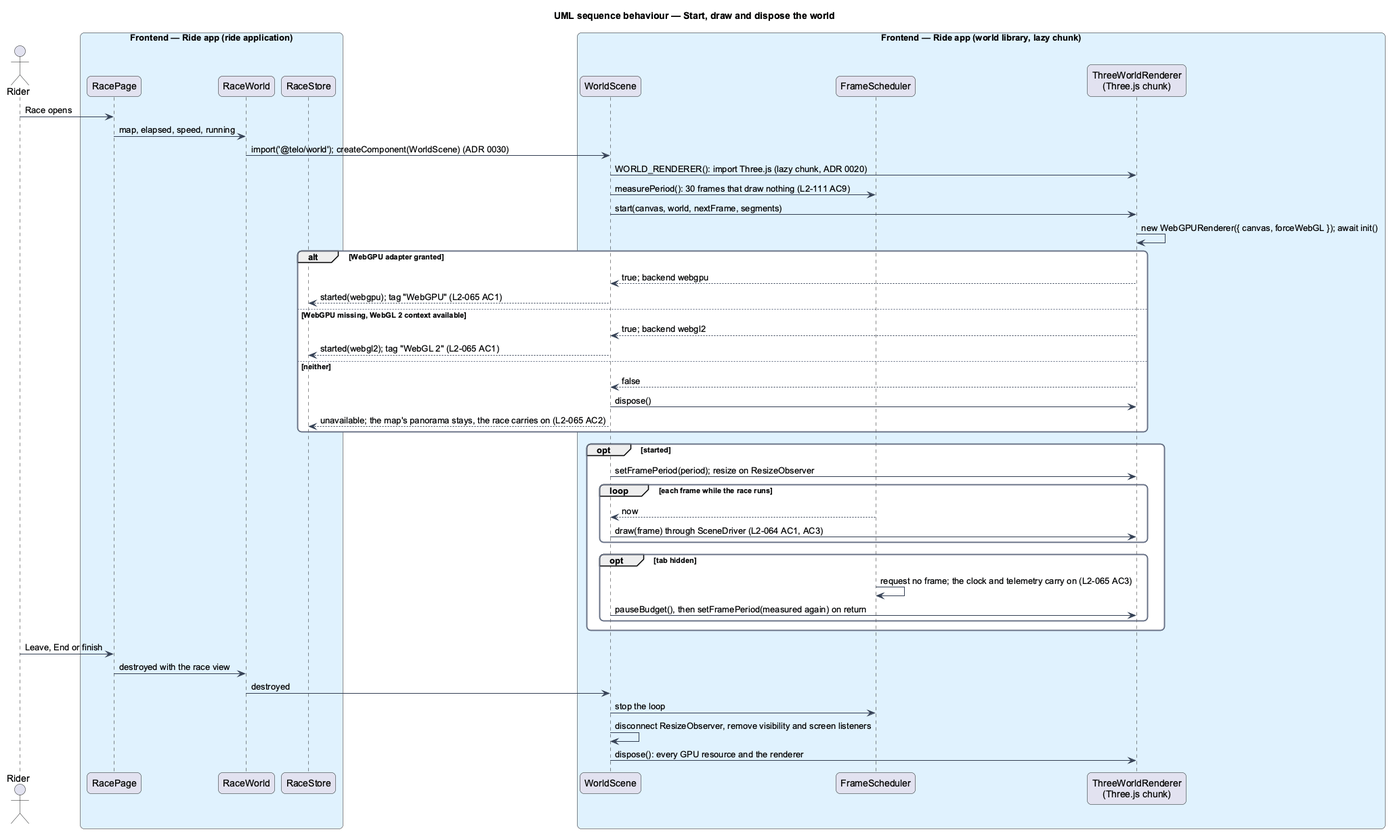
This is docs/detailed-designs/race/render-the-race-world/diagrams/sequence-start-draw-and-dispose.png from QuinntyneBrown/ride-one, a PlantUML export, as it was before one commit.
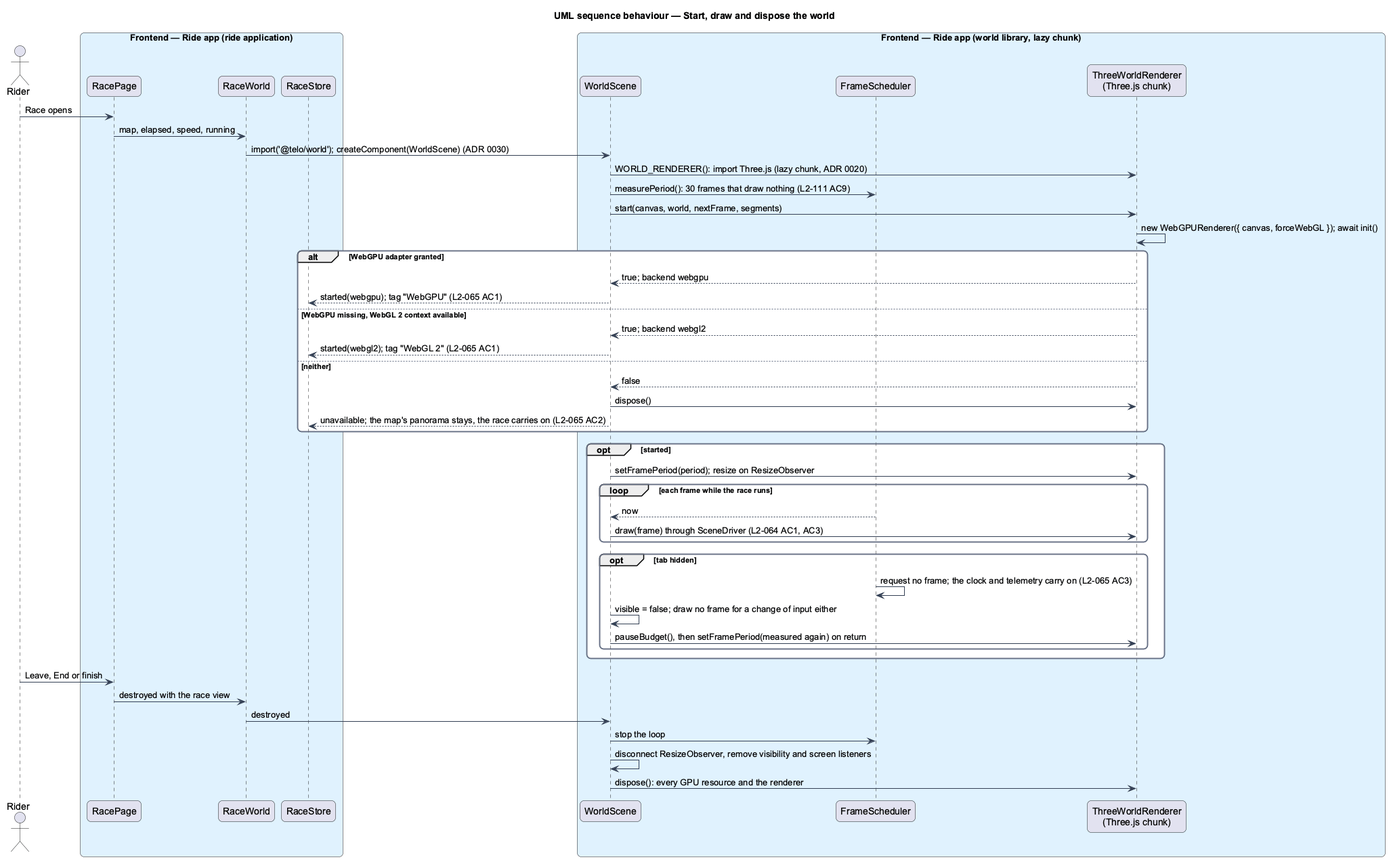
Above is the later version.

Commit message:
Draw nothing in a hidden tab, in the race world's design

The edit, as a diff of the source:
```diff
@@ -51,6 +51,7 @@
   end
   opt tab hidden
     frames -> frames : request no frame; the clock and telemetry carry on (L2-065 AC3)
+    scene -> scene : visible = false; draw no frame for a change of input either
     scene -> renderer : pauseBudget(), then setFramePeriod(measured again) on return
   end
 end
```
